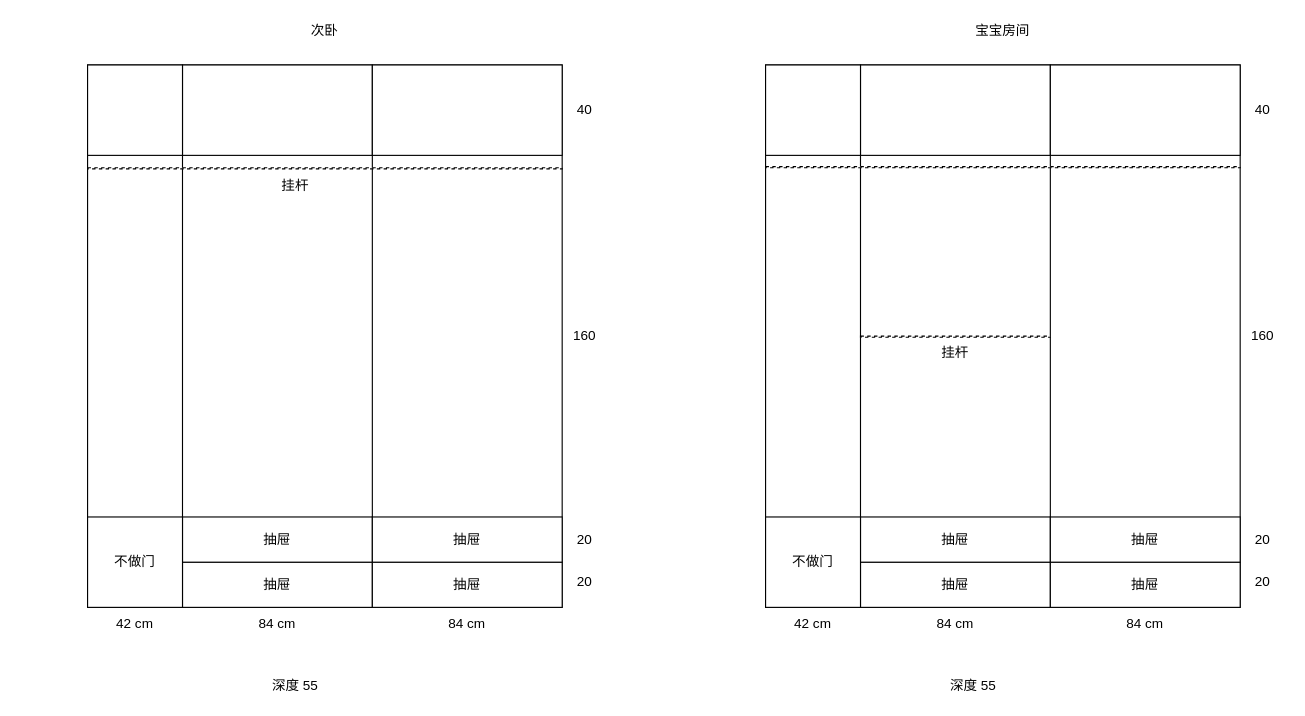
The draw.io diagram imgs/未命名绘图.drawio in rainsbaby/notebook, before the edit. Source tidied: cells renumbered, new cells numbered last; positions are measured from the earlier drawing's top-left corner, leaving out a move shared by most shapes. Both pictures are drawn from the tidied source at 113%, with x=0, y=0 at pixel (87, 19).
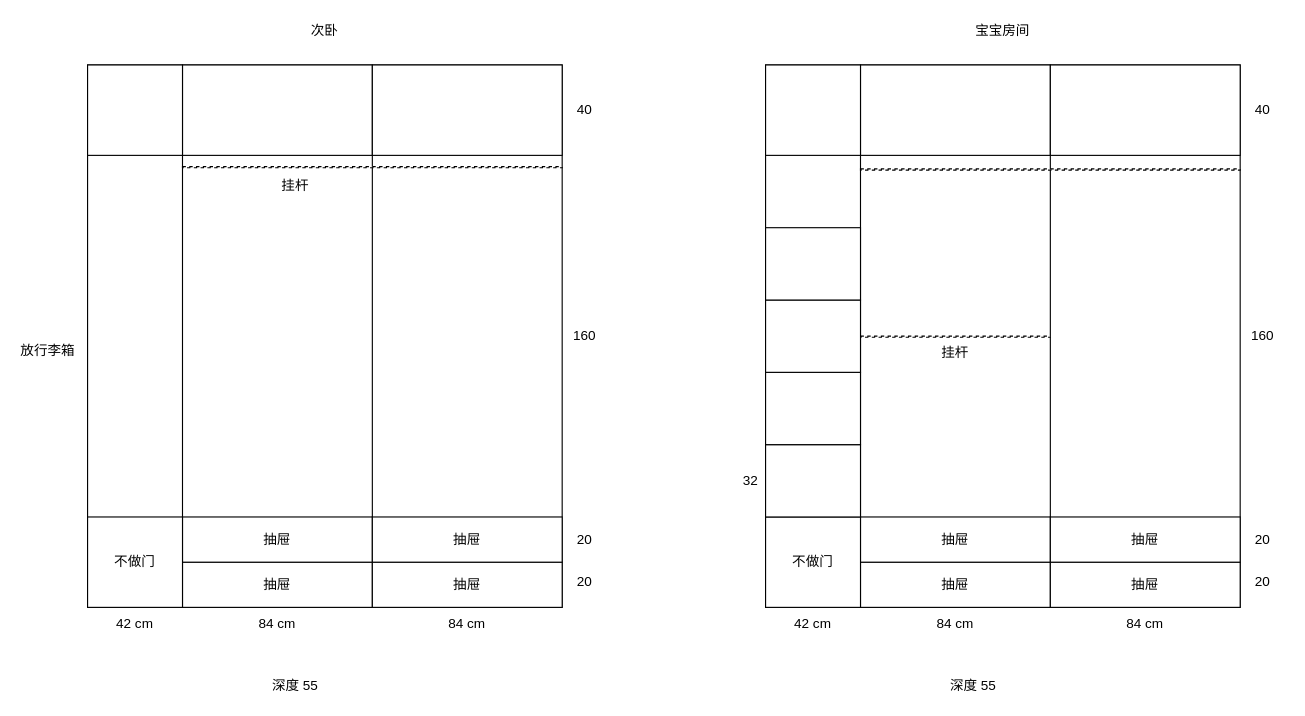
The same page after the edit.

Commit message (it also covers changes not shown here):
更新未命名绘图.drawio

The edit, as a diff of the source:
```diff
@@
     <mxCell id="54" style="rounded=0;whiteSpace=wrap;html=1;dashed=1;" parent="1" vertex="1">
-      <mxGeometry x="600" y="130" width="420" height="1" as="geometry" />
+      <mxGeometry x="684" y="132" width="336" height="1" as="geometry" />
     </mxCell>
     <mxCell id="55" style="rounded=0;whiteSpace=wrap;html=1;dashed=1;" parent="1" vertex="1">
-      <mxGeometry y="131" width="420" height="1" as="geometry" />
+      <mxGeometry x="84" y="130" width="336" height="1" as="geometry" />
     </mxCell>
@@
+    <mxCell id="57" style="rounded=0;whiteSpace=wrap;html=1;" parent="1" vertex="1">
+      <mxGeometry x="600" y="376" width="84" height="64" as="geometry" />
+    </mxCell>
+    <mxCell id="58" style="rounded=0;whiteSpace=wrap;html=1;" parent="1" vertex="1">
+      <mxGeometry x="600" y="312" width="84" height="64" as="geometry" />
+    </mxCell>
+    <mxCell id="59" style="rounded=0;whiteSpace=wrap;html=1;" parent="1" vertex="1">
+      <mxGeometry x="600" y="248" width="84" height="64" as="geometry" />
+    </mxCell>
+    <mxCell id="60" style="rounded=0;whiteSpace=wrap;html=1;" parent="1" vertex="1">
+      <mxGeometry x="600" y="184" width="84" height="64" as="geometry" />
+    </mxCell>
+    <mxCell id="61" value="32" style="text;html=1;strokeColor=none;fillColor=none;align=center;verticalAlign=middle;whiteSpace=wrap;rounded=0;" parent="1" vertex="1">
+      <mxGeometry x="567" y="395.5" width="40" height="25" as="geometry" />
+    </mxCell>
+    <mxCell id="62" value="放行李箱" style="text;html=1;strokeColor=none;fillColor=none;align=center;verticalAlign=middle;whiteSpace=wrap;rounded=0;" parent="1" vertex="1">
+      <mxGeometry x="-60" y="280" width="50" height="25" as="geometry" />
+    </mxCell>
```
